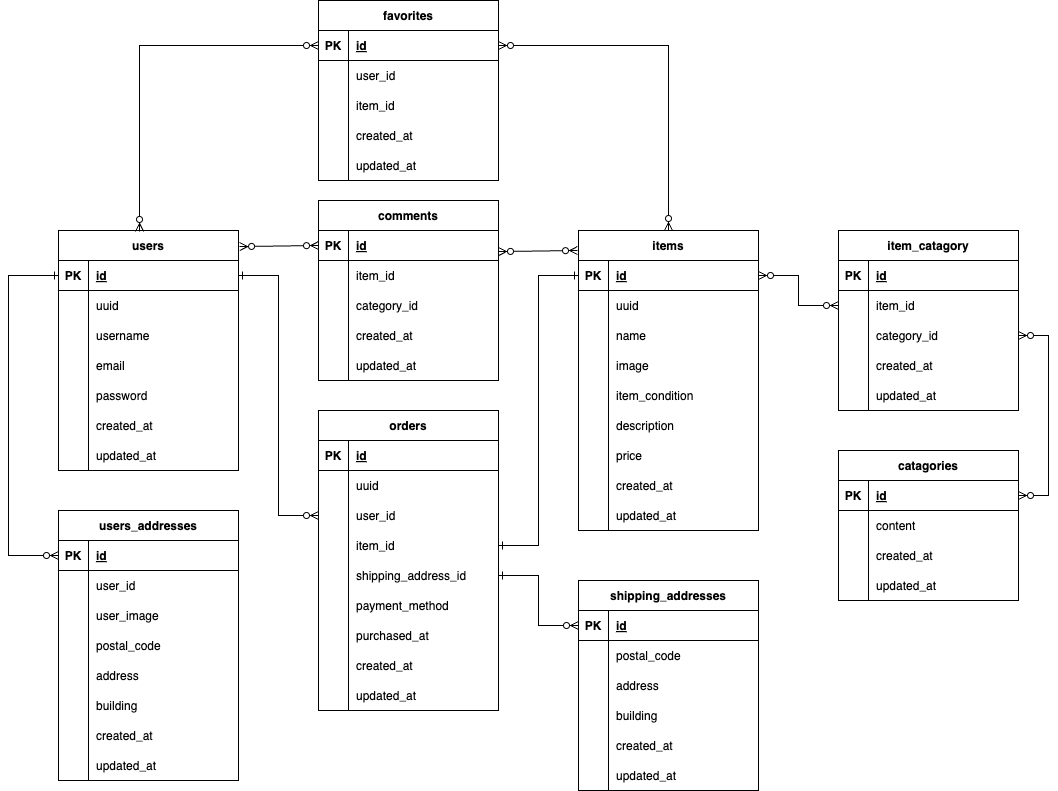
Earlier version of the draw.io export .drawio.png (Koharu5810/flea_market). Source tidied: cells renumbered, new cells last; positions are measured from the earlier drawing's top-left corner, leaving out a move shared by most shapes.
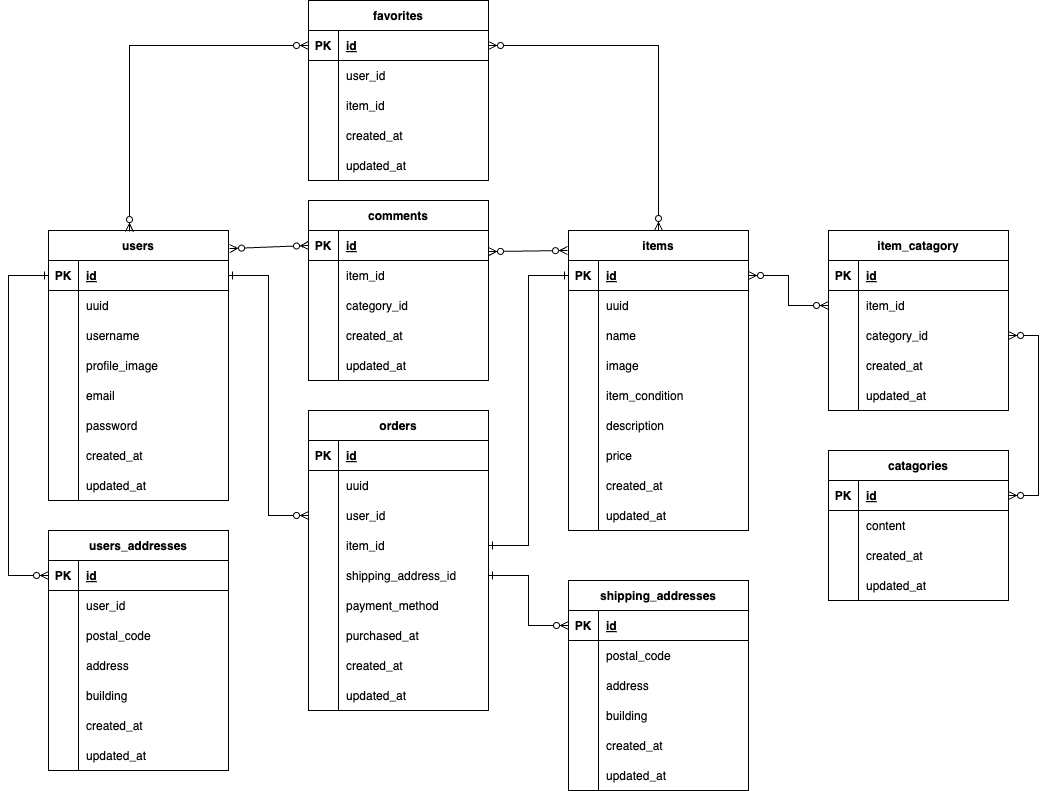
After the change.

Diff of the diagram source:
```diff
@@ -296,7 +296,7 @@
       <mxGeometry x="30" width="150" height="30" as="geometry" />
     </mxCell>
     <mxCell id="98" value="users" style="shape=table;startSize=30;rowLines=0;fontStyle=1;align=center;" parent="1" vertex="1">
-      <mxGeometry x="50" y="230" width="180" height="240" as="geometry" />
+      <mxGeometry x="50" y="230" width="180" height="270" as="geometry" />
     </mxCell>
     <mxCell id="99" style="shape=tableRow;horizontal=0;startSize=0;swimlaneHead=0;swimlaneBody=0;fillColor=none;points=[[0,0.5],[1,0.5]];portConstraint=eastwest;top=0;left=0;right=0;bottom=1;" parent="98" vertex="1">
       <mxGeometry y="30" width="180" height="30" as="geometry" />
@@ -325,8 +325,17 @@
     <mxCell id="107" value="username" style="shape=partialRectangle;fillColor=none;top=0;left=0;bottom=0;right=0;align=left;spacingLeft=6;overflow=hidden;" parent="105" vertex="1">
       <mxGeometry x="30" width="150" height="30" as="geometry" />
     </mxCell>
+    <mxCell id="195" style="shape=tableRow;horizontal=0;startSize=0;swimlaneHead=0;swimlaneBody=0;fillColor=none;top=0;left=0;right=0;bottom=0;" parent="98" vertex="1">
+      <mxGeometry y="120" width="180" height="30" as="geometry" />
+    </mxCell>
+    <mxCell id="157" style="shape=partialRectangle;fillColor=none;top=0;left=0;bottom=0;right=0;overflow=hidden;" parent="195" vertex="1">
+      <mxGeometry width="30" height="30" as="geometry" />
+    </mxCell>
+    <mxCell id="196" value="profile_image" style="shape=partialRectangle;fillColor=none;top=0;left=0;bottom=0;right=0;align=left;spacingLeft=6;overflow=hidden;" parent="195" vertex="1">
+      <mxGeometry x="30" width="150" height="30" as="geometry" />
+    </mxCell>
     <mxCell id="108" style="shape=tableRow;horizontal=0;startSize=0;swimlaneHead=0;swimlaneBody=0;fillColor=none;top=0;left=0;right=0;bottom=0;" parent="98" vertex="1">
-      <mxGeometry y="120" width="180" height="30" as="geometry" />
+      <mxGeometry y="150" width="180" height="30" as="geometry" />
     </mxCell>
     <mxCell id="109" style="shape=partialRectangle;fillColor=none;top=0;left=0;bottom=0;right=0;overflow=hidden;" parent="108" vertex="1">
       <mxGeometry width="30" height="30" as="geometry" />
@@ -335,7 +344,7 @@
       <mxGeometry x="30" width="150" height="30" as="geometry" />
     </mxCell>
     <mxCell id="111" style="shape=tableRow;horizontal=0;startSize=0;swimlaneHead=0;swimlaneBody=0;fillColor=none;top=0;left=0;right=0;bottom=0;" parent="98" vertex="1">
-      <mxGeometry y="150" width="180" height="30" as="geometry" />
+      <mxGeometry y="180" width="180" height="30" as="geometry" />
     </mxCell>
     <mxCell id="112" style="shape=partialRectangle;fillColor=none;top=0;left=0;bottom=0;right=0;overflow=hidden;" parent="111" vertex="1">
       <mxGeometry width="30" height="30" as="geometry" />
@@ -344,7 +353,7 @@
       <mxGeometry x="30" width="150" height="30" as="geometry" />
     </mxCell>
     <mxCell id="114" style="shape=tableRow;horizontal=0;startSize=0;swimlaneHead=0;swimlaneBody=0;fillColor=none;top=0;left=0;right=0;bottom=0;" parent="98" vertex="1">
-      <mxGeometry y="180" width="180" height="30" as="geometry" />
+      <mxGeometry y="210" width="180" height="30" as="geometry" />
     </mxCell>
     <mxCell id="115" style="shape=partialRectangle;fillColor=none;top=0;left=0;bottom=0;right=0;overflow=hidden;" parent="114" vertex="1">
       <mxGeometry width="30" height="30" as="geometry" />
@@ -353,7 +362,7 @@
       <mxGeometry x="30" width="150" height="30" as="geometry" />
     </mxCell>
     <mxCell id="117" style="shape=tableRow;horizontal=0;startSize=0;swimlaneHead=0;swimlaneBody=0;fillColor=none;top=0;left=0;right=0;bottom=0;" parent="98" vertex="1">
-      <mxGeometry y="210" width="180" height="30" as="geometry" />
+      <mxGeometry y="240" width="180" height="30" as="geometry" />
     </mxCell>
     <mxCell id="118" style="shape=partialRectangle;fillColor=none;top=0;left=0;bottom=0;right=0;overflow=hidden;" parent="117" vertex="1">
       <mxGeometry width="30" height="30" as="geometry" />
@@ -449,7 +458,7 @@
       <mxGeometry relative="1" as="geometry" />
     </mxCell>
     <mxCell id="149" value="users_addresses" style="shape=table;startSize=30;rowLines=0;fontStyle=1;align=center;" parent="1" vertex="1">
-      <mxGeometry x="50" y="510" width="180" height="270" as="geometry" />
+      <mxGeometry x="50" y="530" width="180" height="240" as="geometry" />
     </mxCell>
     <mxCell id="150" style="shape=tableRow;horizontal=0;startSize=0;swimlaneHead=0;swimlaneBody=0;fillColor=none;points=[[0,0.5],[1,0.5]];portConstraint=eastwest;top=0;left=0;right=0;bottom=1;" parent="149" vertex="1">
       <mxGeometry y="30" width="180" height="30" as="geometry" />
@@ -469,17 +478,8 @@
     <mxCell id="155" value="user_id" style="shape=partialRectangle;fillColor=none;top=0;left=0;bottom=0;right=0;align=left;spacingLeft=6;overflow=hidden;" parent="153" vertex="1">
       <mxGeometry x="30" width="150" height="30" as="geometry" />
     </mxCell>
-    <mxCell id="156" style="shape=tableRow;horizontal=0;startSize=0;swimlaneHead=0;swimlaneBody=0;fillColor=none;top=0;left=0;right=0;bottom=0;" parent="149" vertex="1">
-      <mxGeometry y="90" width="180" height="30" as="geometry" />
-    </mxCell>
-    <mxCell id="157" style="shape=partialRectangle;fillColor=none;top=0;left=0;bottom=0;right=0;overflow=hidden;" parent="156" vertex="1">
-      <mxGeometry width="30" height="30" as="geometry" />
-    </mxCell>
-    <mxCell id="158" value="user_image" style="shape=partialRectangle;fillColor=none;top=0;left=0;bottom=0;right=0;align=left;spacingLeft=6;overflow=hidden;" parent="156" vertex="1">
-      <mxGeometry x="30" width="150" height="30" as="geometry" />
-    </mxCell>
     <mxCell id="159" style="shape=tableRow;horizontal=0;startSize=0;swimlaneHead=0;swimlaneBody=0;fillColor=none;top=0;left=0;right=0;bottom=0;" parent="149" vertex="1">
-      <mxGeometry y="120" width="180" height="30" as="geometry" />
+      <mxGeometry y="90" width="180" height="30" as="geometry" />
     </mxCell>
     <mxCell id="160" style="shape=partialRectangle;fillColor=none;top=0;left=0;bottom=0;right=0;overflow=hidden;" parent="159" vertex="1">
       <mxGeometry width="30" height="30" as="geometry" />
@@ -488,7 +488,7 @@
       <mxGeometry x="30" width="150" height="30" as="geometry" />
     </mxCell>
     <mxCell id="162" style="shape=tableRow;horizontal=0;startSize=0;swimlaneHead=0;swimlaneBody=0;fillColor=none;top=0;left=0;right=0;bottom=0;" parent="149" vertex="1">
-      <mxGeometry y="150" width="180" height="30" as="geometry" />
+      <mxGeometry y="120" width="180" height="30" as="geometry" />
     </mxCell>
     <mxCell id="163" style="shape=partialRectangle;fillColor=none;top=0;left=0;bottom=0;right=0;overflow=hidden;" parent="162" vertex="1">
       <mxGeometry width="30" height="30" as="geometry" />
@@ -497,7 +497,7 @@
       <mxGeometry x="30" width="150" height="30" as="geometry" />
     </mxCell>
     <mxCell id="165" style="shape=tableRow;horizontal=0;startSize=0;swimlaneHead=0;swimlaneBody=0;fillColor=none;top=0;left=0;right=0;bottom=0;" parent="149" vertex="1">
-      <mxGeometry y="180" width="180" height="30" as="geometry" />
+      <mxGeometry y="150" width="180" height="30" as="geometry" />
     </mxCell>
     <mxCell id="166" style="shape=partialRectangle;fillColor=none;top=0;left=0;bottom=0;right=0;overflow=hidden;" parent="165" vertex="1">
       <mxGeometry width="30" height="30" as="geometry" />
@@ -506,7 +506,7 @@
       <mxGeometry x="30" width="150" height="30" as="geometry" />
     </mxCell>
     <mxCell id="168" style="shape=tableRow;horizontal=0;startSize=0;swimlaneHead=0;swimlaneBody=0;fillColor=none;top=0;left=0;right=0;bottom=0;" parent="149" vertex="1">
-      <mxGeometry y="210" width="180" height="30" as="geometry" />
+      <mxGeometry y="180" width="180" height="30" as="geometry" />
     </mxCell>
     <mxCell id="169" style="shape=partialRectangle;fillColor=none;top=0;left=0;bottom=0;right=0;overflow=hidden;" parent="168" vertex="1">
       <mxGeometry width="30" height="30" as="geometry" />
@@ -515,7 +515,7 @@
       <mxGeometry x="30" width="150" height="30" as="geometry" />
     </mxCell>
     <mxCell id="171" style="shape=tableRow;horizontal=0;startSize=0;swimlaneHead=0;swimlaneBody=0;fillColor=none;top=0;left=0;right=0;bottom=0;" parent="149" vertex="1">
-      <mxGeometry y="240" width="180" height="30" as="geometry" />
+      <mxGeometry y="210" width="180" height="30" as="geometry" />
     </mxCell>
     <mxCell id="172" style="shape=partialRectangle;fillColor=none;top=0;left=0;bottom=0;right=0;overflow=hidden;" parent="171" vertex="1">
       <mxGeometry width="30" height="30" as="geometry" />
@@ -574,8 +574,8 @@
     <mxCell id="190" style="edgeStyle=orthogonalEdgeStyle;html=1;exitX=0;exitY=0.5;exitDx=0;exitDy=0;startArrow=ERone;startFill=0;endArrow=ERzeroToMany;endFill=0;rounded=0;entryX=0;entryY=0.5;entryDx=0;entryDy=0;" parent="1" edge="1" source="99" target="150">
       <mxGeometry relative="1" as="geometry">
         <Array as="points">
-          <mxPoint y="275" />
-          <mxPoint y="555" />
+          <mxPoint x="10" y="275" />
+          <mxPoint x="10" y="575" />
         </Array>
       </mxGeometry>
     </mxCell>
```
